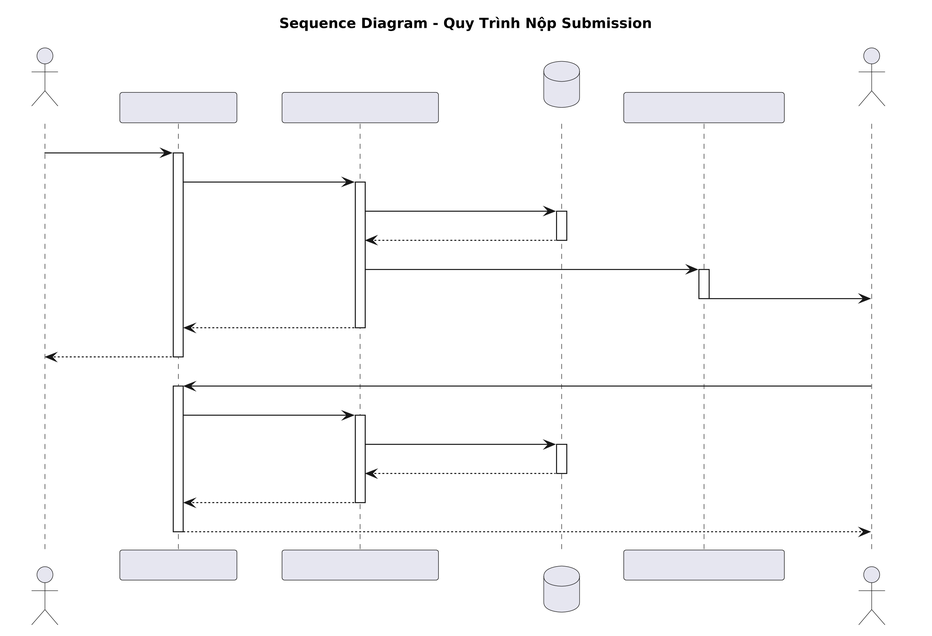
trongtan0079/manga-workflow-report keeps this PlantUML diagram as assets/diagrams/Chapter3_IMAGE/sequence_diagram_quy_trinh_nop_submission.png. Above is the earlier version.
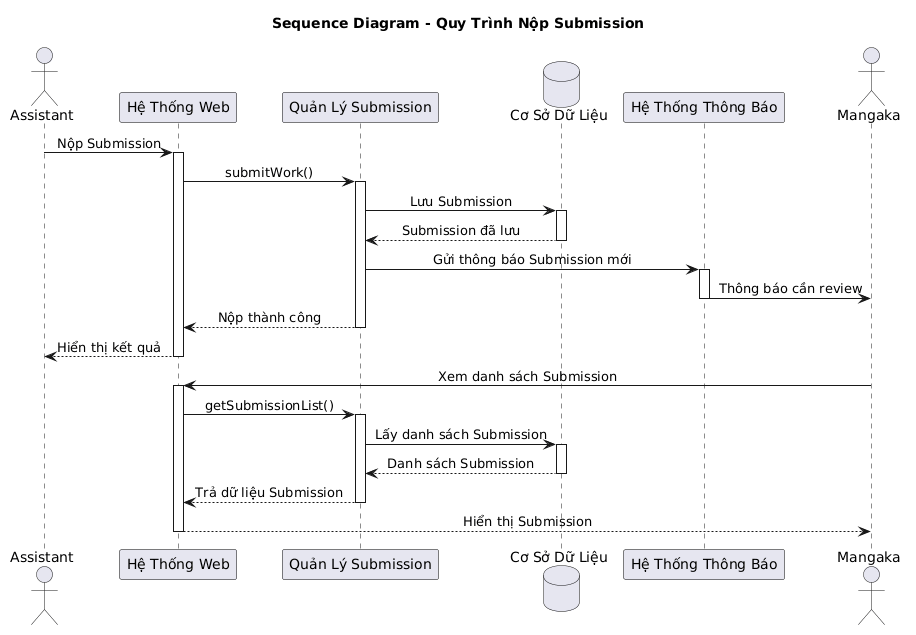
Later version of the same file.

Diff of the diagram source:
```diff
@@ -1,6 +1,4 @@
 @startuml
-skinparam dpi 300
-
 skinparam Shadowing false
 skinparam ParticipantBackgroundColor #E6E6F0
 skinparam ParticipantBorderColor Black
@@ -13,7 +11,7 @@
 participant "Quản Lý Submission" as SubmissionManager
 database "Cơ Sở Dữ Liệu" as DB
 participant "Hệ Thống Thông Báo" as Notification
-actor "Tantou Editor" as Editor
+actor Mangaka as Reviewer
 
 Assistant -> Web : Nộp Submission
 activate Web
@@ -28,7 +26,7 @@
 
 SubmissionManager -> Notification : Gửi thông báo Submission mới
 activate Notification
-Notification -> Editor : Thông báo cần review
+Notification -> Reviewer : Thông báo cần review
 deactivate Notification
 
 SubmissionManager --> Web : Nộp thành công
@@ -37,7 +35,7 @@
 Web --> Assistant : Hiển thị kết quả
 deactivate Web
 
-Editor -> Web : Xem danh sách Submission
+Reviewer -> Web : Xem danh sách Submission
 activate Web
 
 Web -> SubmissionManager : getSubmissionList()
@@ -51,6 +49,6 @@
 SubmissionManager --> Web : Trả dữ liệu Submission
 deactivate SubmissionManager
 
-Web --> Editor : Hiển thị Submission
+Web --> Reviewer : Hiển thị Submission
 deactivate Web
 @enduml
```
